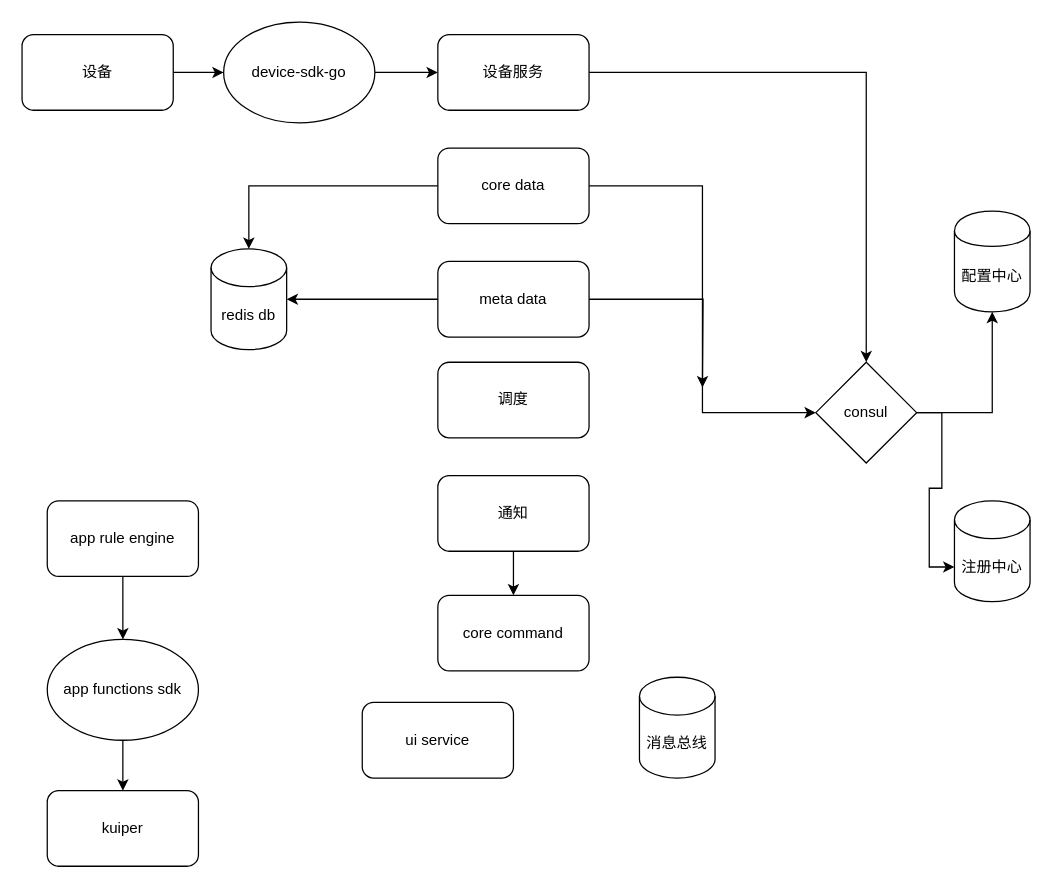
Earlier version of the draw.io diagram docs/Untitled Diagram.drawio (ccb1900/pages). Source tidied: cells renumbered, new cells numbered last; positions are measured from the earlier drawing's top-left corner, leaving out a move shared by most shapes. Both pictures are drawn from the tidied source at 126%, with x=0, y=0 at pixel (21, 21).
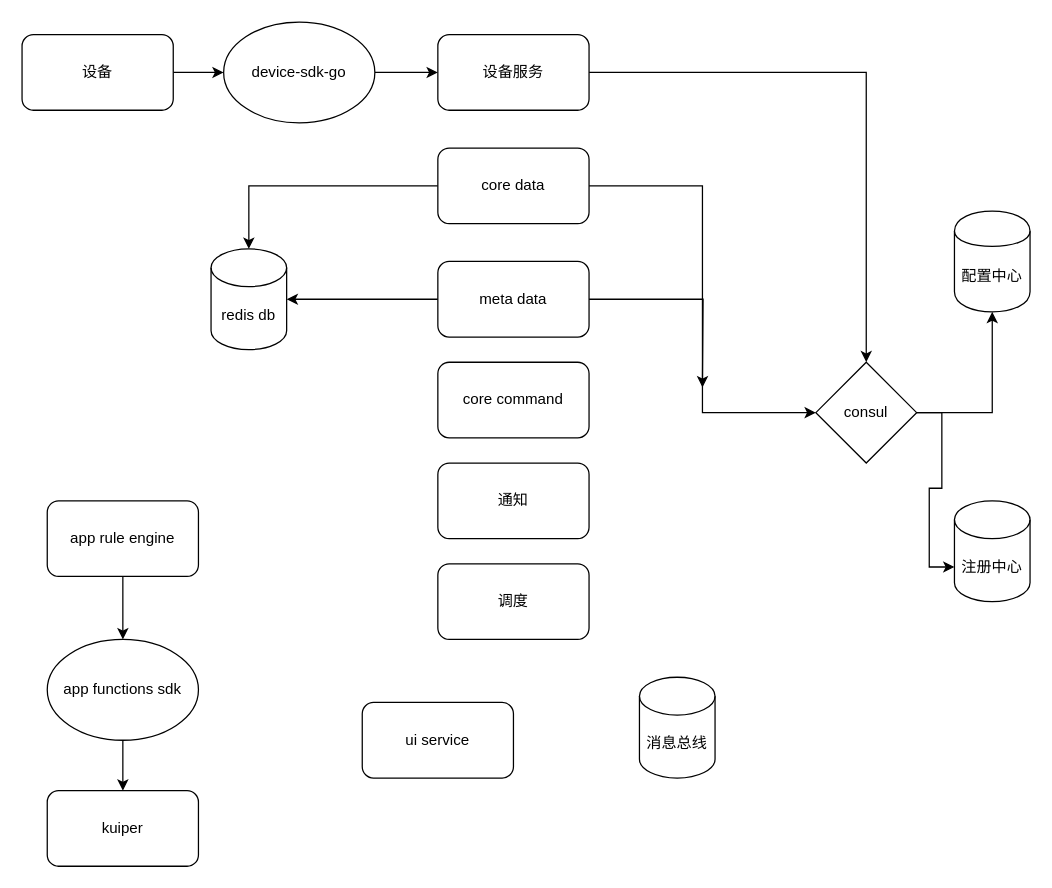
After the change.

What changed in the source:
```diff
@@
-    <mxCell id="22" style="edgeStyle=orthogonalEdgeStyle;rounded=0;jettySize=auto;html=1;" parent="1" edge="1" source="23" target="30">
-      <mxGeometry relative="1" as="geometry" />
-    </mxCell>
     <mxCell id="23" value="通知" style="rounded=1;whiteSpace=wrap;html=1;" parent="1" vertex="1">
-      <mxGeometry x="330" y="360" width="120" height="60" as="geometry" />
+      <mxGeometry x="330" y="350" width="120" height="60" as="geometry" />
     </mxCell>
     <mxCell id="24" value="调度" style="rounded=1;whiteSpace=wrap;html=1;" parent="1" vertex="1">
-      <mxGeometry x="330" y="270" width="120" height="60" as="geometry" />
+      <mxGeometry x="330" y="430" width="120" height="60" as="geometry" />
     </mxCell>
@@
     <mxCell id="30" value="core command" style="whiteSpace=wrap;html=1;rounded=1;" parent="1" vertex="1">
-      <mxGeometry x="330" y="455" width="120" height="60" as="geometry" />
+      <mxGeometry x="330" y="270" width="120" height="60" as="geometry" />
     </mxCell>
```
